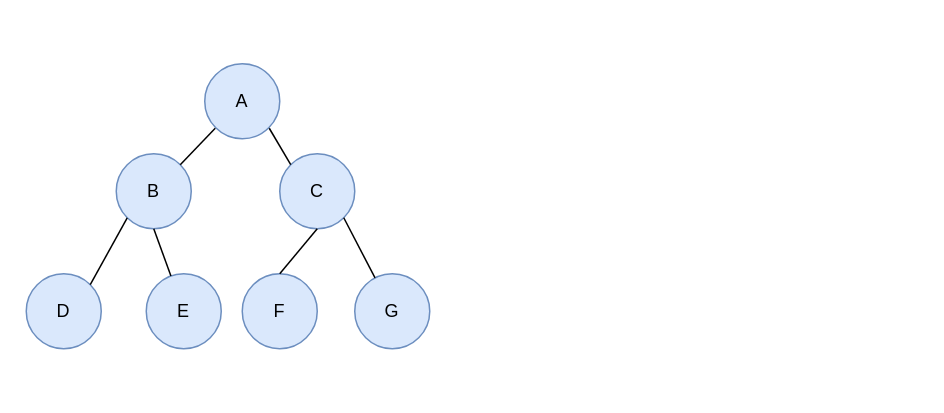
The draw.io diagram 未命名绘图1.drawio in jeremy8551/DrawIO_Store, before the edit. Source tidied: cells renumbered, new cells numbered last; positions are measured from the earlier drawing's top-left corner, leaving out a move shared by most shapes. Both pictures are drawn from the tidied source at 150%, with x=0, y=0 at pixel (26, 63).
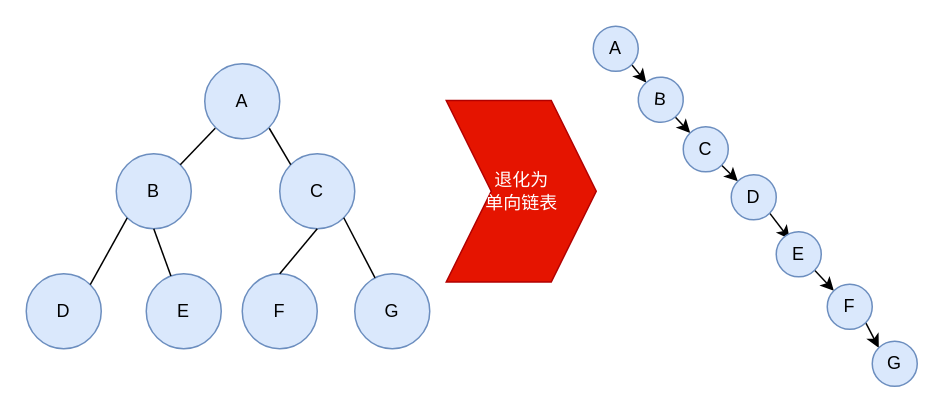
The same diagram, later.

Commit message:
更新未命名绘图1.drawio

The edit, as a diff of the source:
```diff
@@
+    <mxCell id="15" style="edgeStyle=none;rounded=0;jettySize=auto;html=1;exitX=0.86;exitY=0.86;exitDx=0;exitDy=0;exitPerimeter=0;entryX=1;entryY=1;entryDx=0;entryDy=0;" parent="1" edge="1" source="16" target="18">
+      <mxGeometry relative="1" as="geometry" />
+    </mxCell>
+    <mxCell id="16" value="A" style="ellipse;whiteSpace=wrap;html=1;direction=east;fillColor=#dae8fc;strokeColor=#6c8ebf;points=[[0,0.5,0,0,0],[0.14,0.14,0,0,0],[0.14,0.86,0,0,0],[0.5,0,0,0,0],[0.5,1,0,0,0],[0.86,0.14,0,0,0],[0.86,0.86,0,0,0],[1,0.5,0,0,0]];" parent="1" vertex="1">
+      <mxGeometry x="378" y="-25" width="30" height="30" as="geometry" />
+    </mxCell>
+    <mxCell id="17" style="edgeStyle=none;rounded=0;jettySize=auto;html=1;exitX=0;exitY=0;exitDx=0;exitDy=0;" parent="1" edge="1" source="18" target="20">
+      <mxGeometry relative="1" as="geometry" />
+    </mxCell>
+    <mxCell id="18" value="B" style="ellipse;whiteSpace=wrap;html=1;fillColor=#dae8fc;strokeColor=#6c8ebf;direction=west;rotation=5;" parent="1" vertex="1">
+      <mxGeometry x="408" y="9" width="30" height="30" as="geometry" />
+    </mxCell>
+    <mxCell id="19" style="edgeStyle=none;rounded=0;jettySize=auto;html=1;exitX=0;exitY=1;exitDx=0;exitDy=0;entryX=1;entryY=1;entryDx=0;entryDy=0;" parent="1" edge="1" source="20" target="22">
+      <mxGeometry relative="1" as="geometry" />
+    </mxCell>
+    <mxCell id="20" value="C" style="ellipse;whiteSpace=wrap;html=1;fillColor=#dae8fc;strokeColor=#6c8ebf;direction=north;" parent="1" vertex="1">
+      <mxGeometry x="438" y="42" width="30" height="30" as="geometry" />
+    </mxCell>
+    <mxCell id="21" style="edgeStyle=none;rounded=0;jettySize=auto;html=1;exitX=0;exitY=0;exitDx=0;exitDy=0;" parent="1" edge="1" source="22">
+      <mxGeometry relative="1" as="geometry">
+        <mxPoint x="509" y="117" as="targetPoint" />
+      </mxGeometry>
+    </mxCell>
+    <mxCell id="22" value="D" style="ellipse;whiteSpace=wrap;html=1;fillColor=#dae8fc;strokeColor=#6c8ebf;direction=west;" parent="1" vertex="1">
+      <mxGeometry x="470" y="74" width="30" height="30" as="geometry" />
+    </mxCell>
+    <mxCell id="23" style="edgeStyle=none;rounded=0;jettySize=auto;html=1;exitX=0;exitY=0;exitDx=0;exitDy=0;entryX=1;entryY=1;entryDx=0;entryDy=0;" parent="1" edge="1" source="24" target="26">
+      <mxGeometry relative="1" as="geometry" />
+    </mxCell>
+    <mxCell id="24" value="E" style="ellipse;whiteSpace=wrap;html=1;fillColor=#dae8fc;strokeColor=#6c8ebf;direction=west;" parent="1" vertex="1">
+      <mxGeometry x="500" y="112" width="30" height="30" as="geometry" />
+    </mxCell>
+    <mxCell id="25" style="edgeStyle=none;rounded=0;jettySize=auto;html=1;exitX=0;exitY=0;exitDx=0;exitDy=0;entryX=1;entryY=1;entryDx=0;entryDy=0;" parent="1" edge="1" source="26" target="27">
+      <mxGeometry relative="1" as="geometry" />
+    </mxCell>
+    <mxCell id="26" value="F" style="ellipse;whiteSpace=wrap;html=1;fillColor=#dae8fc;strokeColor=#6c8ebf;direction=west;" parent="1" vertex="1">
+      <mxGeometry x="534" y="147" width="30" height="30" as="geometry" />
+    </mxCell>
+    <mxCell id="27" value="G" style="ellipse;whiteSpace=wrap;html=1;fillColor=#dae8fc;strokeColor=#6c8ebf;direction=west;" parent="1" vertex="1">
+      <mxGeometry x="564" y="185" width="30" height="30" as="geometry" />
+    </mxCell>
+    <mxCell id="28" style="edgeStyle=none;rounded=0;orthogonalLoop=1;jettySize=auto;html=1;entryX=0.5;entryY=1;entryDx=0;entryDy=0;" parent="1" edge="1" source="18" target="18">
+      <mxGeometry relative="1" as="geometry" />
+    </mxCell>
+    <mxCell id="29" style="edgeStyle=none;rounded=0;orthogonalLoop=1;jettySize=auto;html=1;entryX=0.5;entryY=1;entryDx=0;entryDy=0;" parent="1" edge="1" source="18" target="18">
+      <mxGeometry relative="1" as="geometry" />
+    </mxCell>
+    <mxCell id="30" value="退化为&lt;br&gt;单向链表&lt;br&gt;" style="html=1;shadow=0;dashed=0;align=center;verticalAlign=middle;shape=mxgraph.arrows2.arrow;dy=0;dx=30;notch=30;fillColor=#e51400;fontColor=#ffffff;strokeColor=#B20000;" parent="1" vertex="1">
+      <mxGeometry x="280" y="24.5" width="100" height="121" as="geometry" />
+    </mxCell>
```
